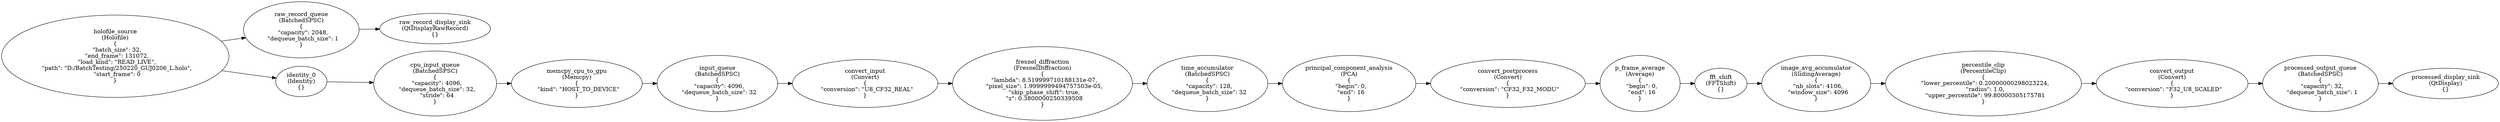
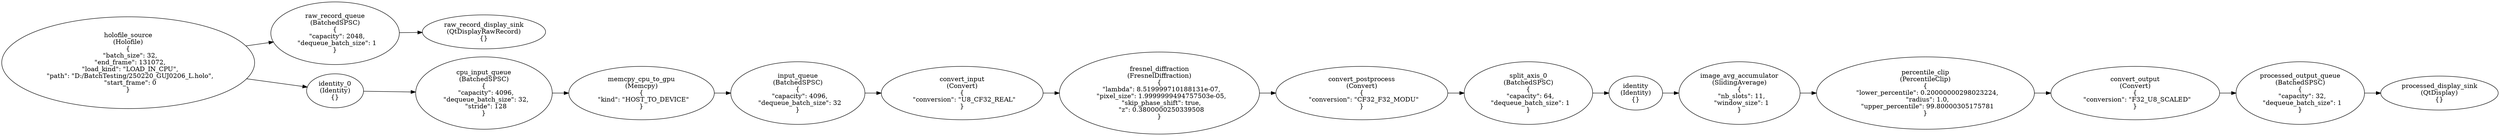
digraph G {
rankdir=LR;
0[label="holofile_source\n(Holofile)\n{
  \"batch_size\": 32,
  \"end_frame\": 131072,
-   \"load_kind\": \"READ_LIVE\",
+   \"load_kind\": \"LOAD_IN_CPU\",
  \"path\": \"D:/BatchTesting/250220_GUJ0206_L.holo\",
  \"start_frame\": 0
}"];
1[label="raw_record_queue\n(BatchedSPSC)\n{
  \"capacity\": 2048,
  \"dequeue_batch_size\": 1
}"];
2[label="raw_record_display_sink\n(QtDisplayRawRecord)\n{}"];
3[label="identity_0\n(Identity)\n{}"];
4[label="cpu_input_queue\n(BatchedSPSC)\n{
  \"capacity\": 4096,
  \"dequeue_batch_size\": 32,
-   \"stride\": 64
+   \"stride\": 128
}"];
5[label="memcpy_cpu_to_gpu\n(Memcpy)\n{
  \"kind\": \"HOST_TO_DEVICE\"
}"];
6[label="input_queue\n(BatchedSPSC)\n{
  \"capacity\": 4096,
  \"dequeue_batch_size\": 32
}"];
7[label="convert_input\n(Convert)\n{
  \"conversion\": \"U8_CF32_REAL\"
}"];
8[label="fresnel_diffraction\n(FresnelDiffraction)\n{
  \"lambda\": 8.519999710188131e-07,
  \"pixel_size\": 1.9999999494757503e-05,
  \"skip_phase_shift\": true,
  \"z\": 0.3800000250339508
}"];
- 9[label="time_accumulator\n(BatchedSPSC)\n{
-   \"capacity\": 128,
-   \"dequeue_batch_size\": 32
- }"];
- 10[label="principal_component_analysis\n(PCA)\n{
-   \"begin\": 0,
-   \"end\": 16
- }"];
- 11[label="convert_postprocess\n(Convert)\n{
+ 9[label="convert_postprocess\n(Convert)\n{
  \"conversion\": \"CF32_F32_MODU\"
}"];
- 12[label="p_frame_average\n(Average)\n{
-   \"begin\": 0,
-   \"end\": 16
+ 10[label="split_axis_0\n(BatchedSPSC)\n{
+   \"capacity\": 64,
+   \"dequeue_batch_size\": 1
}"];
- 13[label="fft_shift\n(FFTShift)\n{}"];
- 14[label="image_avg_accumulator\n(SlidingAverage)\n{
-   \"nb_slots\": 4106,
-   \"window_size\": 4096
+ 11[label="identity\n(Identity)\n{}"];
+ 12[label="image_avg_accumulator\n(SlidingAverage)\n{
+   \"nb_slots\": 11,
+   \"window_size\": 1
}"];
- 15[label="percentile_clip\n(PercentileClip)\n{
+ 13[label="percentile_clip\n(PercentileClip)\n{
  \"lower_percentile\": 0.20000000298023224,
  \"radius\": 1.0,
  \"upper_percentile\": 99.80000305175781
}"];
- 16[label="convert_output\n(Convert)\n{
+ 14[label="convert_output\n(Convert)\n{
  \"conversion\": \"F32_U8_SCALED\"
}"];
- 17[label="processed_output_queue\n(BatchedSPSC)\n{
+ 15[label="processed_output_queue\n(BatchedSPSC)\n{
  \"capacity\": 32,
  \"dequeue_batch_size\": 1
}"];
- 18[label="processed_display_sink\n(QtDisplay)\n{}"];
+ 16[label="processed_display_sink\n(QtDisplay)\n{}"];
0->1 ;
0->3 ;
1->2 ;
3->4 ;
4->5 ;
5->6 ;
6->7 ;
7->8 ;
8->9 ;
9->10 ;
10->11 ;
11->12 ;
12->13 ;
13->14 ;
14->15 ;
15->16 ;
- 16->17 ;
- 17->18 ;
}
